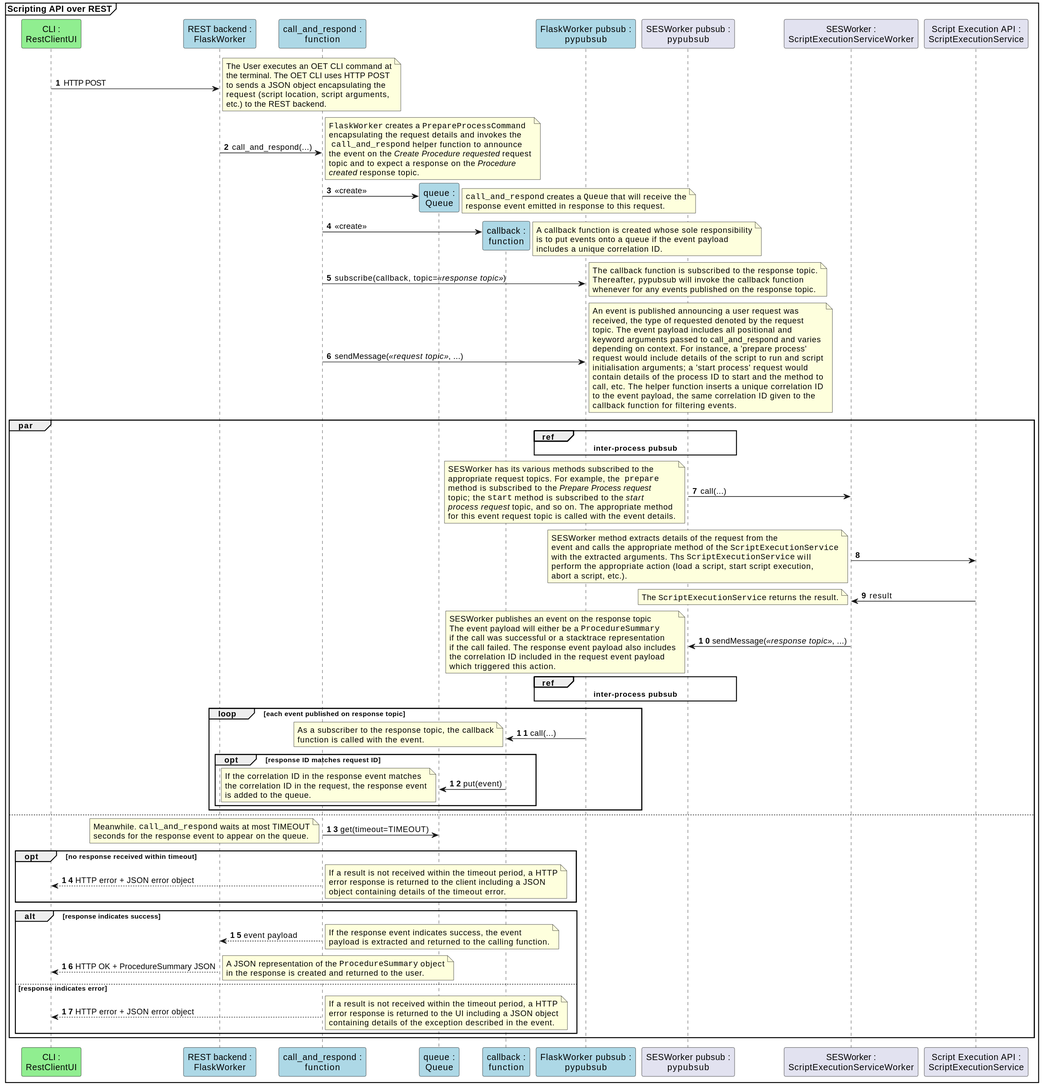
Before: docs/src/diagrams/export/backend_module_ui_sequence_scripting_api_over_rest.svg, a diagram exported from PlantUML (ska-telescope/observation-execution-tool).
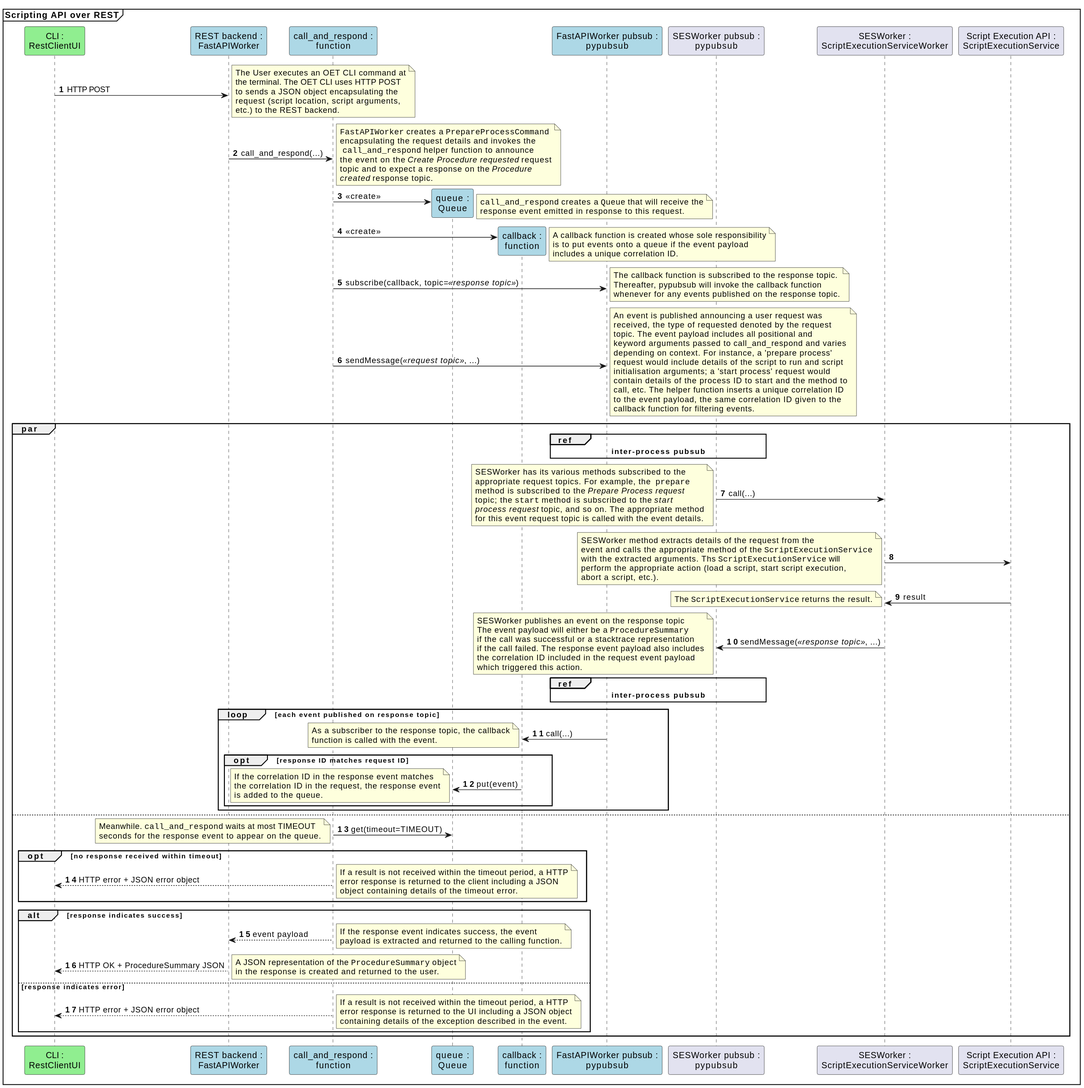
Later version of the same file.

What changed in the source:
```diff
@@ -6,16 +6,16 @@
 autonumber
 
 participant cli as "CLI :\nRestClientUI" #lightgreen
-participant FlaskWorker as "REST backend :\nFlaskWorker" #lightblue
+participant FastAPIWorker as "REST backend :\nFastAPIWorker" #lightblue
 participant call_and_respond as "call_and_respond :\nfunction" #lightblue
 participant queue as "queue :\nQueue" #lightblue
 participant Callback as "callback :\nfunction" #lightblue
-participant fw_pubsub as "FlaskWorker pubsub :\npypubsub" #lightblue
+participant fw_pubsub as "FastAPIWorker pubsub :\npypubsub" #lightblue
 participant ses_pubsub as "SESWorker pubsub :\npypubsub"
 participant ScriptExecutionServiceWorker as "SESWorker :\nScriptExecutionServiceWorker"
 participant ScriptExecutionService as "Script Execution API :\nScriptExecutionService"
 
-cli -> FlaskWorker: HTTP POST
+cli -> FastAPIWorker: HTTP POST
 note right
 The User executes an OET CLI command at
 the terminal. The OET CLI uses HTTP POST
@@ -24,9 +24,9 @@
 etc.) to the REST backend.
 end note
 
-FlaskWorker -> call_and_respond: call_and_respond(...)
+FastAPIWorker -> call_and_respond: call_and_respond(...)
 note right
-""FlaskWorker"" creates a ""PrepareProcessCommand""
+""FastAPIWorker"" creates a ""PrepareProcessCommand""
 encapsulating the request details and invokes the
  ""call_and_respond"" helper function to announce
 the event on the //Create Procedure requested// request
@@ -150,13 +150,13 @@
 end opt
 
 alt response indicates success
-FlaskWorker <-- call_and_respond: event payload
+FastAPIWorker <-- call_and_respond: event payload
 note right
 If the response event indicates success, the event
 payload is extracted and returned to the calling function.
 end note
 
-cli <-- FlaskWorker: HTTP OK + ProcedureSummary JSON
+cli <-- FastAPIWorker: HTTP OK + ProcedureSummary JSON
 note right
 A JSON representation of the ""ProcedureSummary"" object
 in the response is created and returned to the user.
@@ -172,5 +172,4 @@
 end alt
 
 end
-
 @enduml
```
